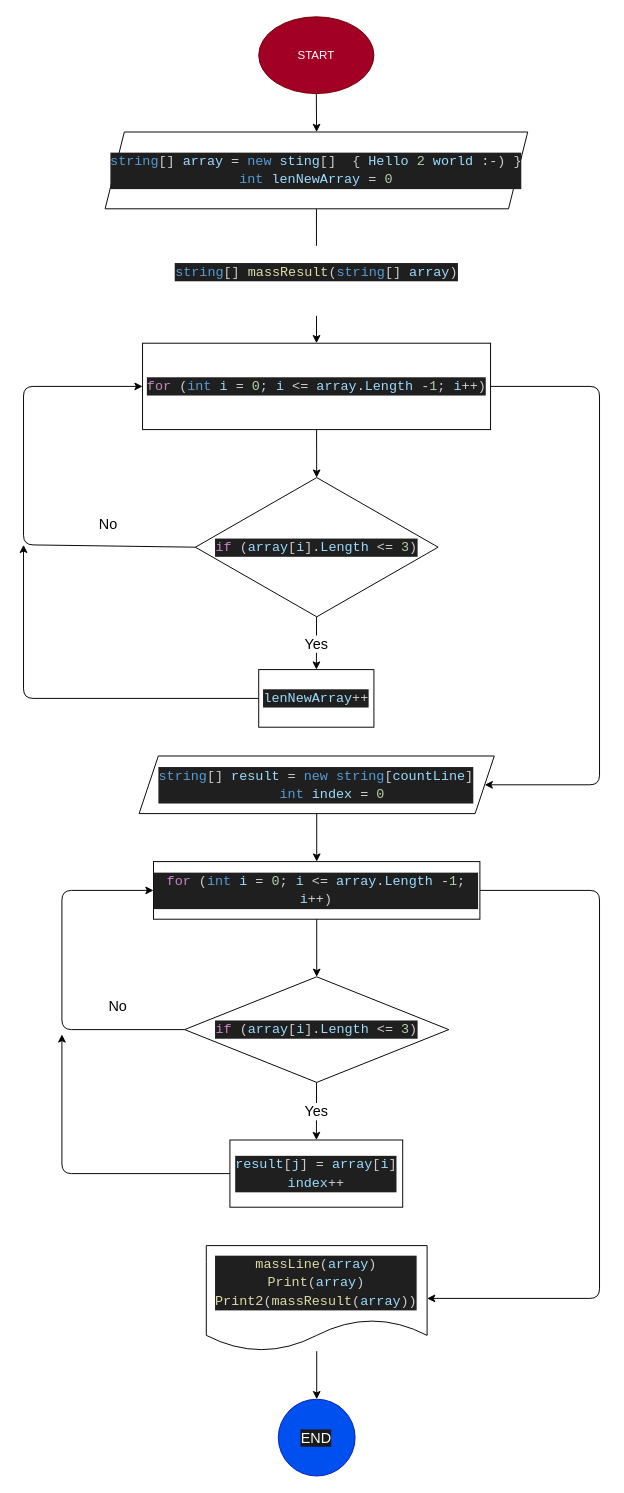
This is block_diagram.drawio from ArtemGruzintcev/final-ontrol, a draw.io file, before an edit. Source tidied: cells renumbered, new cells numbered last; positions are measured from the earlier drawing's top-left corner, leaving out a move shared by most shapes. Both pictures are drawn from the tidied source at 96%, with x=0, y=0 at pixel (23, 16).
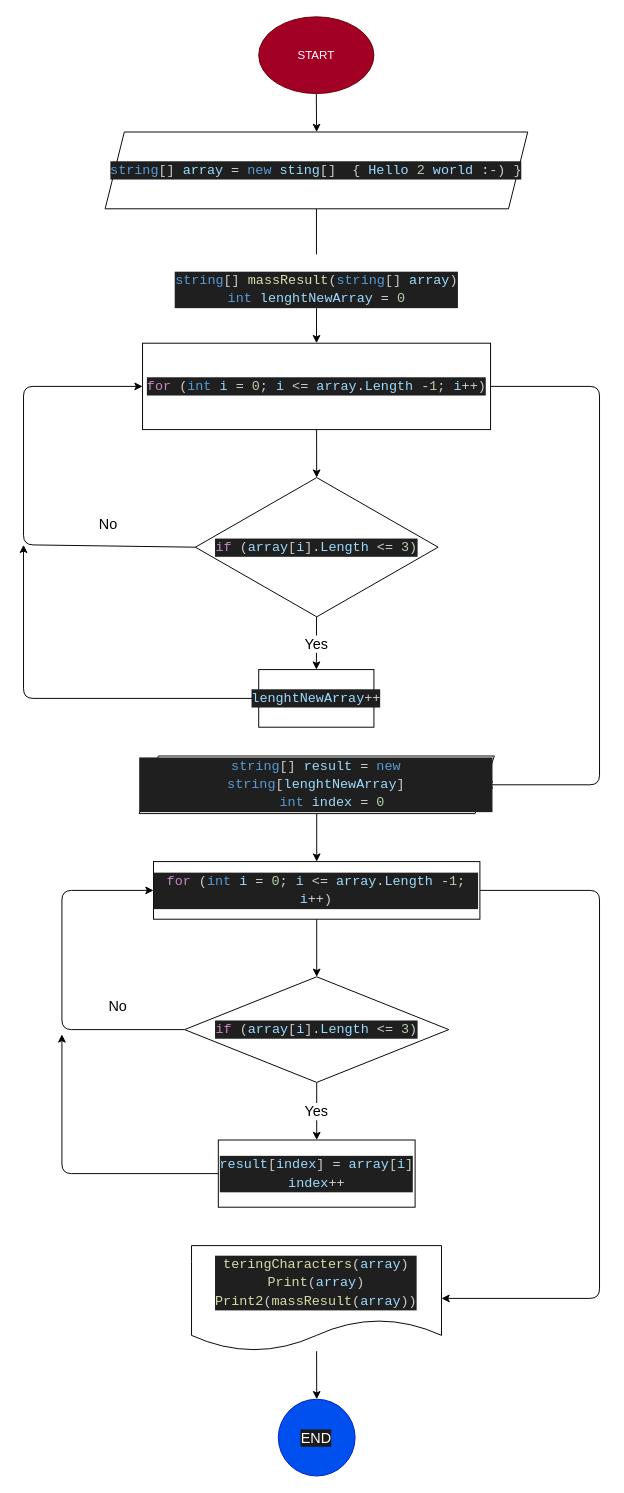
After the change.

Unchanged cells that the change refers to:
```xml
<mxCell id="8" value="&lt;div style=&quot;color: rgb(204, 204, 204); background-color: rgb(31, 31, 31); font-family: Consolas, &amp;quot;Courier New&amp;quot;, monospace; font-size: 14px; line-height: 19px;&quot;&gt;&lt;span style=&quot;color: #c586c0;&quot;&gt;for&lt;/span&gt; (&lt;span style=&quot;color: #569cd6;&quot;&gt;int&lt;/span&gt; &lt;span style=&quot;color: #9cdcfe;&quot;&gt;i&lt;/span&gt; &lt;span style=&quot;color: #d4d4d4;&quot;&gt;=&lt;/span&gt; &lt;span style=&quot;color: #b5cea8;&quot;&gt;0&lt;/span&gt;; &lt;span style=&quot;color: #9cdcfe;&quot;&gt;i&lt;/span&gt; &lt;span style=&quot;color: #d4d4d4;&quot;&gt;&amp;lt;=&lt;/span&gt; &lt;span style=&quot;color: #9cdcfe;&quot;&gt;array&lt;/span&gt;&lt;span style=&quot;color: #d4d4d4;&quot;&gt;.&lt;/span&gt;&lt;span style=&quot;color: #9cdcfe;&quot;&gt;Length&lt;/span&gt; &lt;span style=&quot;color: #d4d4d4;&quot;&gt;-&lt;/span&gt;&lt;span style=&quot;color: #b5cea8;&quot;&gt;1&lt;/span&gt;; &lt;span style=&quot;color: #9cdcfe;&quot;&gt;i&lt;/span&gt;&lt;span style=&quot;color: #d4d4d4;&quot;&gt;++&lt;/span&gt;)&lt;/div&gt;" style="whiteSpace=wrap;html=1;" parent="1" vertex="1">
  <mxGeometry x="124" y="340" width="362.5" height="90" as="geometry" />
</mxCell>
```

Diff of the diagram source:
```diff
@@
-    <mxCell id="4" value="&#10;&lt;div style=&quot;color: rgb(204, 204, 204); background-color: rgb(31, 31, 31); font-family: Consolas, &amp;quot;Courier New&amp;quot;, monospace; font-weight: normal; font-size: 14px; line-height: 19px;&quot;&gt;&lt;div&gt;&lt;span style=&quot;color: #569cd6;&quot;&gt;string&lt;/span&gt;&lt;span style=&quot;color: #cccccc;&quot;&gt;[] &lt;/span&gt;&lt;span style=&quot;color: #dcdcaa;&quot;&gt;massResult&lt;/span&gt;&lt;span style=&quot;color: #cccccc;&quot;&gt;(&lt;/span&gt;&lt;span style=&quot;color: #569cd6;&quot;&gt;string&lt;/span&gt;&lt;span style=&quot;color: #cccccc;&quot;&gt;[] &lt;/span&gt;&lt;span style=&quot;color: #9cdcfe;&quot;&gt;array&lt;/span&gt;&lt;span style=&quot;color: #cccccc;&quot;&gt;)&lt;/span&gt;&lt;/div&gt;&lt;/div&gt;&#10;&#10;" style="edgeStyle=none;html=1;fontSize=15;" parent="1" edge="1" source="5" target="8">
+    <mxCell id="4" value="&lt;br&gt;&lt;div style=&quot;background-color: rgb(31, 31, 31); font-family: Consolas, &amp;quot;Courier New&amp;quot;, monospace; font-weight: normal; font-size: 14px; line-height: 19px;&quot;&gt;&lt;div style=&quot;color: rgb(204, 204, 204);&quot;&gt;&lt;span style=&quot;color: #569cd6;&quot;&gt;string&lt;/span&gt;&lt;span style=&quot;color: #cccccc;&quot;&gt;[] &lt;/span&gt;&lt;span style=&quot;color: #dcdcaa;&quot;&gt;massResult&lt;/span&gt;&lt;span style=&quot;color: #cccccc;&quot;&gt;(&lt;/span&gt;&lt;span style=&quot;color: #569cd6;&quot;&gt;string&lt;/span&gt;&lt;span style=&quot;color: #cccccc;&quot;&gt;[] &lt;/span&gt;&lt;span style=&quot;color: #9cdcfe;&quot;&gt;array&lt;/span&gt;&lt;span style=&quot;color: #cccccc;&quot;&gt;)&lt;/span&gt;&lt;/div&gt;&lt;div style=&quot;&quot;&gt;&lt;span style=&quot;color: rgb(86, 156, 214);&quot;&gt;int&lt;/span&gt;&lt;font style=&quot;color: rgb(204, 204, 204);&quot; color=&quot;#cccccc&quot;&gt;&amp;nbsp;&lt;/font&gt;&lt;font color=&quot;#9cdcfe&quot; style=&quot;&quot;&gt;lenghtNewArray&lt;/font&gt;&lt;font style=&quot;color: rgb(204, 204, 204);&quot; color=&quot;#cccccc&quot;&gt;&amp;nbsp;&lt;/font&gt;&lt;span style=&quot;color: rgb(212, 212, 212);&quot;&gt;=&lt;/span&gt;&lt;span style=&quot;color: rgb(240, 240, 240);&quot;&gt;&amp;nbsp;&lt;/span&gt;&lt;span style=&quot;color: rgb(181, 206, 168);&quot;&gt;0&lt;/span&gt;&lt;span style=&quot;color: rgb(204, 204, 204);&quot;&gt;&lt;br&gt;&lt;/span&gt;&lt;/div&gt;&lt;/div&gt;" style="edgeStyle=none;html=1;fontSize=15;" parent="1" edge="1" source="5" target="8">
       <mxGeometry x="0.07" relative="1" as="geometry" />
     </mxCell>
-    <mxCell id="5" value="&lt;div style=&quot;color: rgb(204, 204, 204); background-color: rgb(31, 31, 31); font-family: Consolas, &amp;quot;Courier New&amp;quot;, monospace; font-size: 14px; line-height: 19px;&quot;&gt;&lt;div&gt;&lt;span style=&quot;color: #569cd6;&quot;&gt;string&lt;/span&gt;[] &lt;span style=&quot;color: #9cdcfe;&quot;&gt;array&lt;/span&gt; &lt;span style=&quot;color: #d4d4d4;&quot;&gt;=&lt;/span&gt; &lt;span style=&quot;color: #569cd6;&quot;&gt;new&lt;/span&gt; &lt;span style=&quot;color: #9cdcfe;&quot;&gt;sting&lt;/span&gt;[] &amp;nbsp;{ &lt;span style=&quot;color: #9cdcfe;&quot;&gt;Hello&lt;/span&gt; &lt;span style=&quot;color: #b5cea8;&quot;&gt;2&lt;/span&gt; &lt;span style=&quot;color: #9cdcfe;&quot;&gt;world&lt;/span&gt; &lt;span style=&quot;color: #d4d4d4;&quot;&gt;:&lt;/span&gt;&lt;span style=&quot;color: #d4d4d4;&quot;&gt;-&lt;/span&gt;) }&lt;/div&gt;&lt;div&gt;&lt;span style=&quot;color: rgb(86, 156, 214);&quot;&gt;int&lt;/span&gt; &lt;span style=&quot;color: rgb(156, 220, 254);&quot;&gt;lenNewArray&lt;/span&gt; &lt;span style=&quot;color: rgb(212, 212, 212);&quot;&gt;=&lt;/span&gt; &lt;span style=&quot;color: rgb(181, 206, 168);&quot;&gt;0&lt;/span&gt;&lt;/div&gt;&lt;/div&gt;" style="shape=parallelogram;perimeter=parallelogramPerimeter;whiteSpace=wrap;html=1;fixedSize=1;" parent="1" vertex="1">
+    <mxCell id="5" value="&lt;div style=&quot;background-color: rgb(31, 31, 31); font-family: Consolas, &amp;quot;Courier New&amp;quot;, monospace; font-size: 14px; line-height: 19px;&quot;&gt;&lt;div style=&quot;color: rgb(204, 204, 204);&quot;&gt;&lt;span style=&quot;color: #569cd6;&quot;&gt;string&lt;/span&gt;[] &lt;span style=&quot;color: #9cdcfe;&quot;&gt;array&lt;/span&gt; &lt;span style=&quot;color: #d4d4d4;&quot;&gt;=&lt;/span&gt; &lt;span style=&quot;color: #569cd6;&quot;&gt;new&lt;/span&gt; &lt;span style=&quot;color: #9cdcfe;&quot;&gt;sting&lt;/span&gt;[] &amp;nbsp;{ &lt;span style=&quot;color: #9cdcfe;&quot;&gt;Hello&lt;/span&gt; &lt;span style=&quot;color: #b5cea8;&quot;&gt;2&lt;/span&gt; &lt;span style=&quot;color: #9cdcfe;&quot;&gt;world&lt;/span&gt; &lt;span style=&quot;color: #d4d4d4;&quot;&gt;:&lt;/span&gt;&lt;span style=&quot;color: #d4d4d4;&quot;&gt;-&lt;/span&gt;) }&lt;/div&gt;&lt;/div&gt;" style="shape=parallelogram;perimeter=parallelogramPerimeter;whiteSpace=wrap;html=1;fixedSize=1;" parent="1" vertex="1">
       <mxGeometry x="85" y="120" width="440.2" height="80" as="geometry" />
     </mxCell>
@@
-    <mxCell id="13" value="&lt;div style=&quot;color: rgb(204, 204, 204); background-color: rgb(31, 31, 31); font-family: Consolas, &amp;quot;Courier New&amp;quot;, monospace; font-size: 14px; line-height: 19px;&quot;&gt;&lt;span style=&quot;color: #9cdcfe;&quot;&gt;lenNewArray&lt;/span&gt;&lt;span style=&quot;color: #d4d4d4;&quot;&gt;++&lt;/span&gt;&lt;/div&gt;" style="whiteSpace=wrap;html=1;" parent="1" vertex="1">
+    <mxCell id="13" value="&lt;div style=&quot;color: rgb(204, 204, 204); background-color: rgb(31, 31, 31); font-family: Consolas, &amp;quot;Courier New&amp;quot;, monospace; font-size: 14px; line-height: 19px;&quot;&gt;&lt;span style=&quot;color: #9cdcfe;&quot;&gt;lenghtNewArray&lt;/span&gt;&lt;span style=&quot;color: #d4d4d4;&quot;&gt;++&lt;/span&gt;&lt;/div&gt;" style="whiteSpace=wrap;html=1;" parent="1" vertex="1">
       <mxGeometry x="245" y="680" width="120" height="60" as="geometry" />
     </mxCell>
@@
-    <mxCell id="15" value="&lt;div style=&quot;color: rgb(204, 204, 204); background-color: rgb(31, 31, 31); font-family: Consolas, &amp;quot;Courier New&amp;quot;, monospace; font-size: 14px; line-height: 19px;&quot;&gt;&lt;div&gt;&lt;span style=&quot;color: #569cd6;&quot;&gt;string&lt;/span&gt;[] &lt;span style=&quot;color: #9cdcfe;&quot;&gt;result&lt;/span&gt; &lt;span style=&quot;color: #d4d4d4;&quot;&gt;=&lt;/span&gt; &lt;span style=&quot;color: #569cd6;&quot;&gt;new&lt;/span&gt; &lt;span style=&quot;color: #569cd6;&quot;&gt;string&lt;/span&gt;[&lt;span style=&quot;color: #9cdcfe;&quot;&gt;countLine&lt;/span&gt;]&lt;/div&gt;&lt;div&gt;&amp;nbsp; &amp;nbsp; &lt;span style=&quot;color: #569cd6;&quot;&gt;int&lt;/span&gt; &lt;span style=&quot;color: #9cdcfe;&quot;&gt;index&lt;/span&gt; &lt;span style=&quot;color: #d4d4d4;&quot;&gt;=&lt;/span&gt; &lt;span style=&quot;color: #b5cea8;&quot;&gt;0&lt;/span&gt;&lt;/div&gt;&lt;/div&gt;" style="shape=parallelogram;perimeter=parallelogramPerimeter;whiteSpace=wrap;html=1;fixedSize=1;labelBackgroundColor=#1A1A1A;fontSize=15;" parent="1" vertex="1">
+    <mxCell id="15" value="&lt;div style=&quot;background-color: rgb(31, 31, 31); font-family: Consolas, &amp;quot;Courier New&amp;quot;, monospace; font-size: 14px; line-height: 19px;&quot;&gt;&lt;div style=&quot;&quot;&gt;&lt;span style=&quot;color: rgb(86, 156, 214);&quot;&gt;string&lt;/span&gt;&lt;font color=&quot;#cccccc&quot;&gt;[] &lt;/font&gt;&lt;span style=&quot;color: rgb(156, 220, 254);&quot;&gt;result&lt;/span&gt; &lt;span style=&quot;color: rgb(212, 212, 212);&quot;&gt;=&lt;/span&gt; &lt;span style=&quot;color: rgb(86, 156, 214);&quot;&gt;new&lt;/span&gt; &lt;span style=&quot;color: rgb(86, 156, 214);&quot;&gt;string&lt;/span&gt;&lt;font color=&quot;#cccccc&quot;&gt;[&lt;/font&gt;&lt;font color=&quot;#9cdcfe&quot;&gt;lenghtNewArray&lt;/font&gt;&lt;font color=&quot;#cccccc&quot;&gt;]&lt;/font&gt;&lt;/div&gt;&lt;div style=&quot;color: rgb(204, 204, 204);&quot;&gt;&amp;nbsp; &amp;nbsp; &lt;span style=&quot;color: #569cd6;&quot;&gt;int&lt;/span&gt; &lt;span style=&quot;color: #9cdcfe;&quot;&gt;index&lt;/span&gt; &lt;span style=&quot;color: #d4d4d4;&quot;&gt;=&lt;/span&gt; &lt;span style=&quot;color: #b5cea8;&quot;&gt;0&lt;/span&gt;&lt;/div&gt;&lt;/div&gt;" style="shape=parallelogram;perimeter=parallelogramPerimeter;whiteSpace=wrap;html=1;fixedSize=1;labelBackgroundColor=#1A1A1A;fontSize=15;" parent="1" vertex="1">
       <mxGeometry x="120.4" y="770" width="370" height="60" as="geometry" />
     </mxCell>
@@
-    <mxCell id="23" value="&lt;div style=&quot;color: rgb(204, 204, 204); background-color: rgb(31, 31, 31); font-family: Consolas, &amp;quot;Courier New&amp;quot;, monospace; font-size: 14px; line-height: 19px;&quot;&gt;&lt;div&gt;&lt;span style=&quot;color: #9cdcfe;&quot;&gt;result&lt;/span&gt;[&lt;span style=&quot;color: #9cdcfe;&quot;&gt;j&lt;/span&gt;] &lt;span style=&quot;color: #d4d4d4;&quot;&gt;=&lt;/span&gt; &lt;span style=&quot;color: #9cdcfe;&quot;&gt;array&lt;/span&gt;[&lt;span style=&quot;color: #9cdcfe;&quot;&gt;i&lt;/span&gt;]&lt;/div&gt;&lt;div&gt;&lt;span style=&quot;color: rgb(156, 220, 254);&quot;&gt;index&lt;/span&gt;&lt;span style=&quot;color: rgb(212, 212, 212);&quot;&gt;++&lt;/span&gt;&lt;/div&gt;&lt;/div&gt;" style="whiteSpace=wrap;html=1;fontSize=15;labelBackgroundColor=#1A1A1A;align=center;" parent="1" vertex="1">
-      <mxGeometry x="215" y="1170" width="180" height="70" as="geometry" />
+    <mxCell id="23" value="&lt;div style=&quot;background-color: rgb(31, 31, 31); font-family: Consolas, &amp;quot;Courier New&amp;quot;, monospace; font-size: 14px; line-height: 19px;&quot;&gt;&lt;div style=&quot;&quot;&gt;&lt;span style=&quot;color: rgb(156, 220, 254);&quot;&gt;result&lt;/span&gt;&lt;font color=&quot;#cccccc&quot;&gt;[&lt;/font&gt;&lt;font color=&quot;#9cdcfe&quot;&gt;index&lt;/font&gt;&lt;font color=&quot;#cccccc&quot;&gt;] &lt;/font&gt;&lt;span style=&quot;color: rgb(212, 212, 212);&quot;&gt;=&lt;/span&gt; &lt;span style=&quot;color: rgb(156, 220, 254);&quot;&gt;array&lt;/span&gt;&lt;font color=&quot;#cccccc&quot;&gt;[&lt;/font&gt;&lt;span style=&quot;color: rgb(156, 220, 254);&quot;&gt;i&lt;/span&gt;&lt;font color=&quot;#cccccc&quot;&gt;]&lt;/font&gt;&lt;/div&gt;&lt;div style=&quot;color: rgb(204, 204, 204);&quot;&gt;&lt;span style=&quot;color: rgb(156, 220, 254);&quot;&gt;index&lt;/span&gt;&lt;span style=&quot;color: rgb(212, 212, 212);&quot;&gt;++&lt;/span&gt;&lt;/div&gt;&lt;/div&gt;" style="whiteSpace=wrap;html=1;fontSize=15;labelBackgroundColor=#1A1A1A;align=center;" parent="1" vertex="1">
+      <mxGeometry x="202.9" y="1170" width="205" height="70" as="geometry" />
     </mxCell>
@@
-    <mxCell id="25" value="&lt;div style=&quot;color: rgb(204, 204, 204); background-color: rgb(31, 31, 31); font-family: Consolas, &amp;quot;Courier New&amp;quot;, monospace; font-size: 14px; line-height: 19px;&quot;&gt;&lt;div&gt;&lt;span style=&quot;color: #dcdcaa;&quot;&gt;massLine&lt;/span&gt;(&lt;span style=&quot;color: #9cdcfe;&quot;&gt;array&lt;/span&gt;)&lt;/div&gt;&lt;div&gt;&lt;span style=&quot;color: #dcdcaa;&quot;&gt;Print&lt;/span&gt;(&lt;span style=&quot;color: #9cdcfe;&quot;&gt;array&lt;/span&gt;)&lt;/div&gt;&lt;div&gt;&lt;span style=&quot;color: #dcdcaa;&quot;&gt;Print2&lt;/span&gt;(&lt;span style=&quot;color: #dcdcaa;&quot;&gt;massResult&lt;/span&gt;(&lt;span style=&quot;color: #9cdcfe;&quot;&gt;array&lt;/span&gt;))&lt;/div&gt;&lt;/div&gt;" style="shape=document;whiteSpace=wrap;html=1;boundedLbl=1;labelBackgroundColor=#1A1A1A;fontSize=15;" parent="1" vertex="1">
-      <mxGeometry x="190.4" y="1280" width="230" height="110" as="geometry" />
+    <mxCell id="25" value="&lt;div style=&quot;color: rgb(204, 204, 204); background-color: rgb(31, 31, 31); font-family: Consolas, &amp;quot;Courier New&amp;quot;, monospace; font-size: 14px; line-height: 19px;&quot;&gt;&lt;div&gt;&lt;span style=&quot;color: rgb(220, 220, 170);&quot;&gt;teringСharacters&lt;/span&gt;(&lt;span style=&quot;color: #9cdcfe;&quot;&gt;array&lt;/span&gt;)&lt;/div&gt;&lt;div&gt;&lt;span style=&quot;color: #dcdcaa;&quot;&gt;Print&lt;/span&gt;(&lt;span style=&quot;color: #9cdcfe;&quot;&gt;array&lt;/span&gt;)&lt;/div&gt;&lt;div&gt;&lt;span style=&quot;color: #dcdcaa;&quot;&gt;Print2&lt;/span&gt;(&lt;span style=&quot;color: #dcdcaa;&quot;&gt;massResult&lt;/span&gt;(&lt;span style=&quot;color: #9cdcfe;&quot;&gt;array&lt;/span&gt;))&lt;/div&gt;&lt;/div&gt;" style="shape=document;whiteSpace=wrap;html=1;boundedLbl=1;labelBackgroundColor=#1A1A1A;fontSize=15;" parent="1" vertex="1">
+      <mxGeometry x="175" y="1280" width="260.4" height="110" as="geometry" />
     </mxCell>
```
